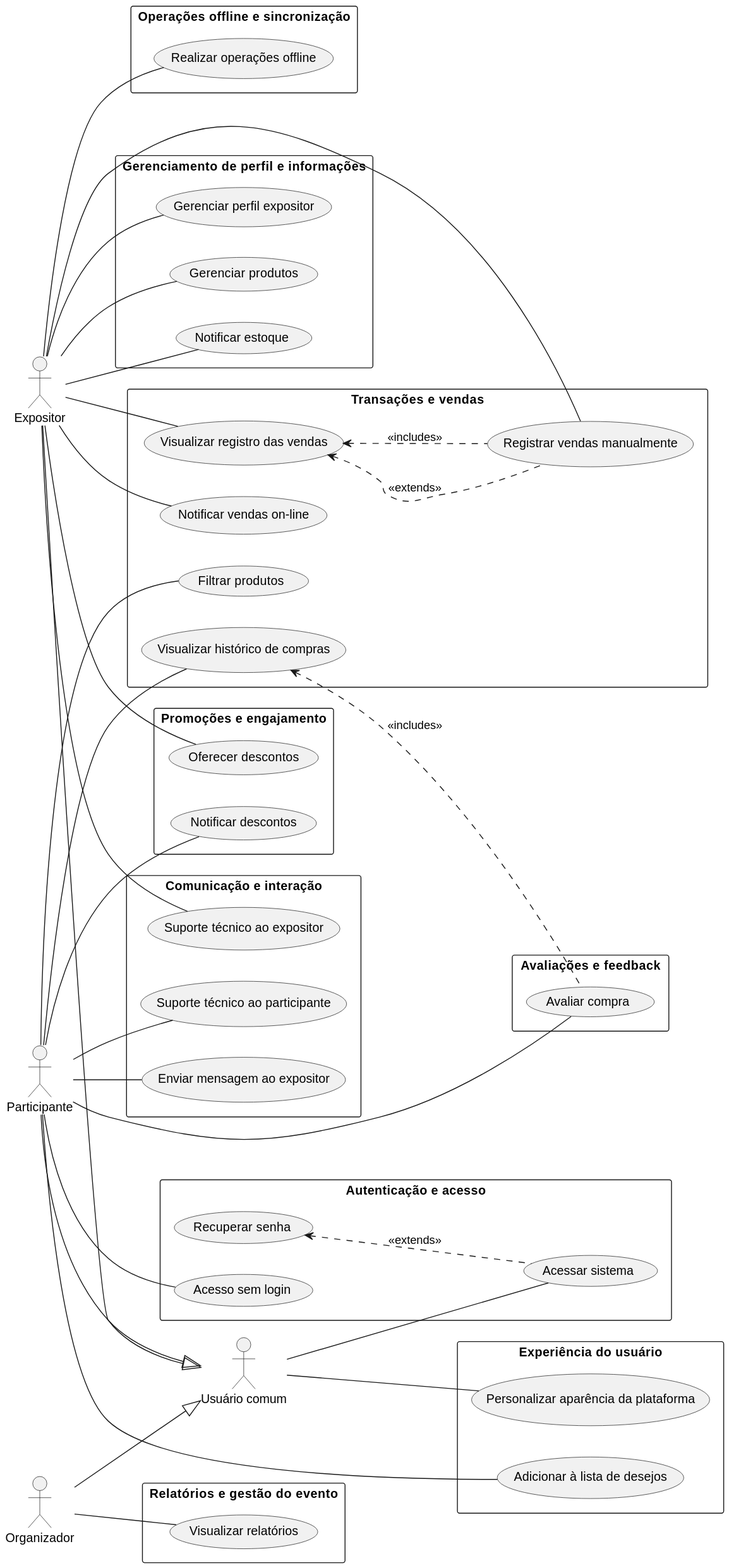
This is specs/casos_de_uso/uml_ucgeral.svg from Phenrique-sousa/APS-documents, a PlantUML export, as it was before one commit. The source it was exported from:
```plantuml
@startuml
left to right direction
skinparam packageStyle rect

actor "Usuário comum" as Usuario
actor "Expositor" as Expositor
actor "Participante" as Participante
actor "Organizador" as Organizador

Expositor --|> Usuario
Participante --|> Usuario
Organizador --|> Usuario


package "Autenticação e acesso" {
    Usuario -- (Acessar sistema)
    (Recuperar senha)<.. (Acessar sistema) : <<extends>>
     Participante  -- (Acesso sem login)

}

package "Gerenciamento de perfil e informações" {
  Expositor -- (Gerenciar perfil expositor)
  Expositor -- (Gerenciar produtos)
  Expositor -- (Notificar estoque)

}

package "Transações e vendas" {
  Expositor -- (Visualizar registro das vendas)
  (Visualizar registro das vendas) <..(Registrar vendas manualmente): <<extends>>
  Expositor -- (Registrar vendas manualmente)
  (Visualizar registro das vendas)  <..(Registrar vendas manualmente): <<includes>>
  Expositor -- (Notificar vendas on-line)
  Participante -- (Visualizar histórico de compras)
  Participante -- (Filtrar produtos)
}

package "Comunicação e interação" {
 Participante -- (Enviar mensagem ao expositor)
 Participante -- (Suporte técnico ao participante)
 Expositor -- (Suporte técnico ao expositor)
}

package "Experiência do usuário" {
 Participante -- (Adicionar à lista de desejos)
 Usuario -- (Personalizar aparência da plataforma)
}

package "Avaliações e feedback" {
 Participante -- (Avaliar compra)
(Visualizar histórico de compras)  <..(Avaliar compra): <<includes>>
}

package "Promoções e engajamento" {
   Expositor -- (Oferecer descontos)
   Participante -- (Notificar descontos)
}

package "Operações offline e sincronização" {
  Expositor -- (Realizar operações offline)

}

package "Relatórios e gestão do evento" {
  Organizador -- (Visualizar relatórios)

}

@enduml
```
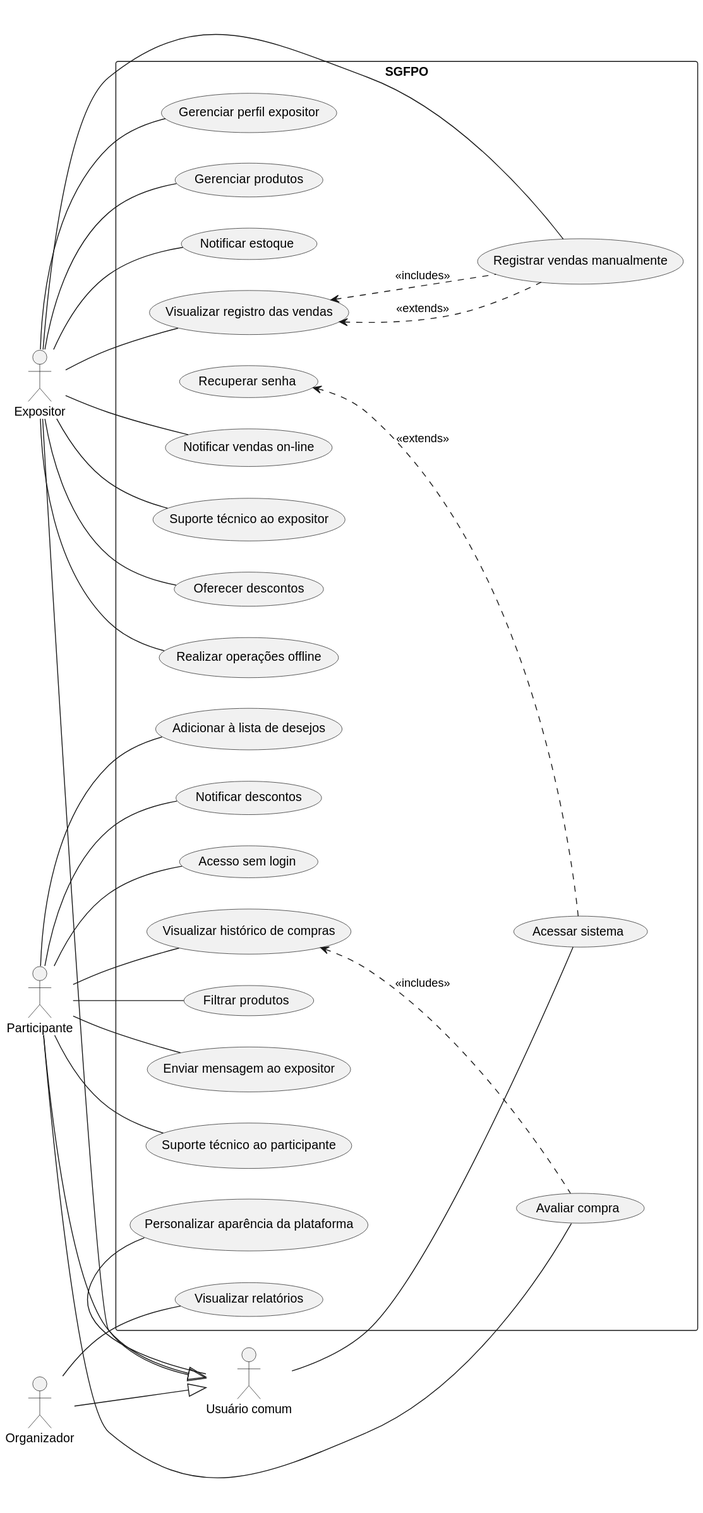
The same file after the commit.

What changed in the source:
```diff
@@ -12,21 +12,13 @@
 Organizador --|> Usuario
 
 
-package "Autenticação e acesso" {
+package "SGFPO" {
     Usuario -- (Acessar sistema)
     (Recuperar senha)<.. (Acessar sistema) : <<extends>>
      Participante  -- (Acesso sem login)
-
-}
-
-package "Gerenciamento de perfil e informações" {
   Expositor -- (Gerenciar perfil expositor)
   Expositor -- (Gerenciar produtos)
   Expositor -- (Notificar estoque)
-
-}
-
-package "Transações e vendas" {
   Expositor -- (Visualizar registro das vendas)
   (Visualizar registro das vendas) <..(Registrar vendas manualmente): <<extends>>
   Expositor -- (Registrar vendas manualmente)
@@ -34,37 +26,16 @@
   Expositor -- (Notificar vendas on-line)
   Participante -- (Visualizar histórico de compras)
   Participante -- (Filtrar produtos)
-}
-
-package "Comunicação e interação" {
  Participante -- (Enviar mensagem ao expositor)
  Participante -- (Suporte técnico ao participante)
  Expositor -- (Suporte técnico ao expositor)
-}
-
-package "Experiência do usuário" {
  Participante -- (Adicionar à lista de desejos)
  Usuario -- (Personalizar aparência da plataforma)
-}
-
-package "Avaliações e feedback" {
  Participante -- (Avaliar compra)
 (Visualizar histórico de compras)  <..(Avaliar compra): <<includes>>
-}
-
-package "Promoções e engajamento" {
    Expositor -- (Oferecer descontos)
    Participante -- (Notificar descontos)
+  Expositor -- (Realizar operações offline)
+  Organizador -- (Visualizar relatórios)
 }
-
-package "Operações offline e sincronização" {
-  Expositor -- (Realizar operações offline)
-
-}
-
-package "Relatórios e gestão do evento" {
-  Organizador -- (Visualizar relatórios)
-
-}
-
 @enduml
```
